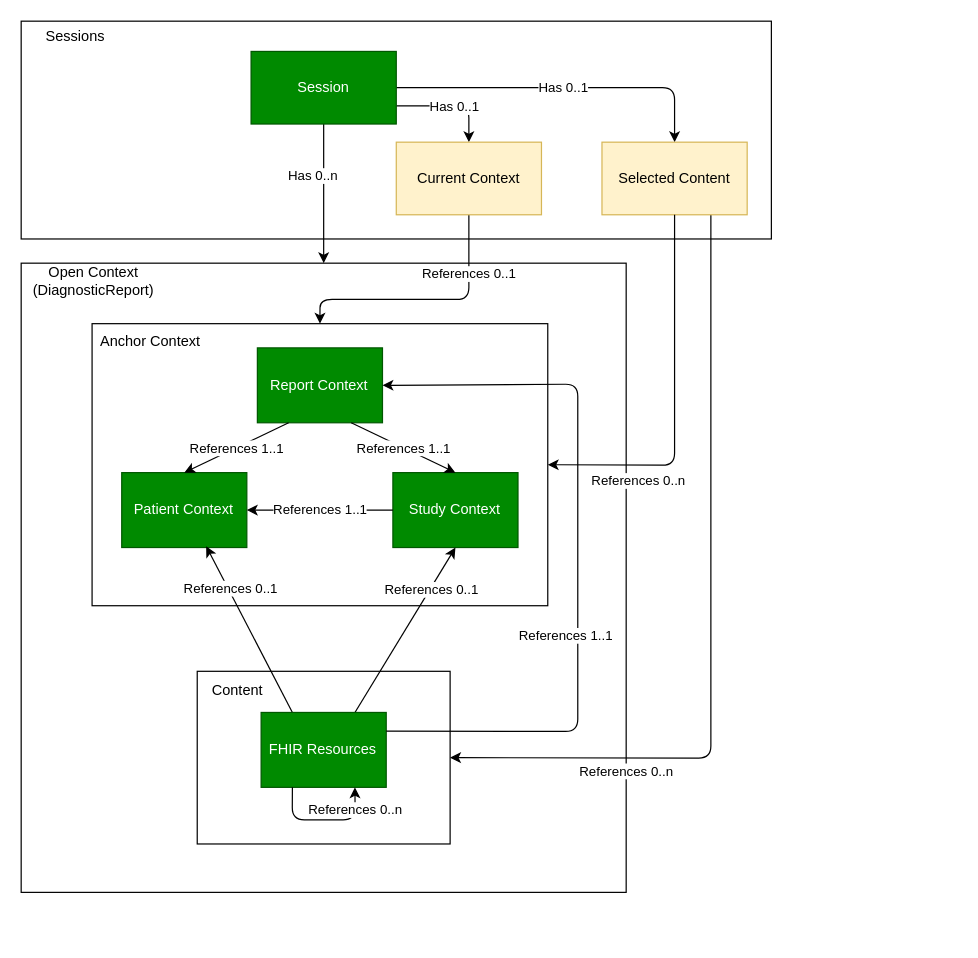
IHE/RAD.IRA keeps this draw.io diagram as page "Data Model" (1 of 2) of input/images-source/data_model.drawio. Above is the earlier version. Source tidied: cells renumbered, new cells numbered last; positions are measured from the earlier drawing's top-left corner, leaving out a move shared by most shapes. Both pictures are drawn from the tidied source at 121%, with x=0, y=0 at pixel (21, 21).
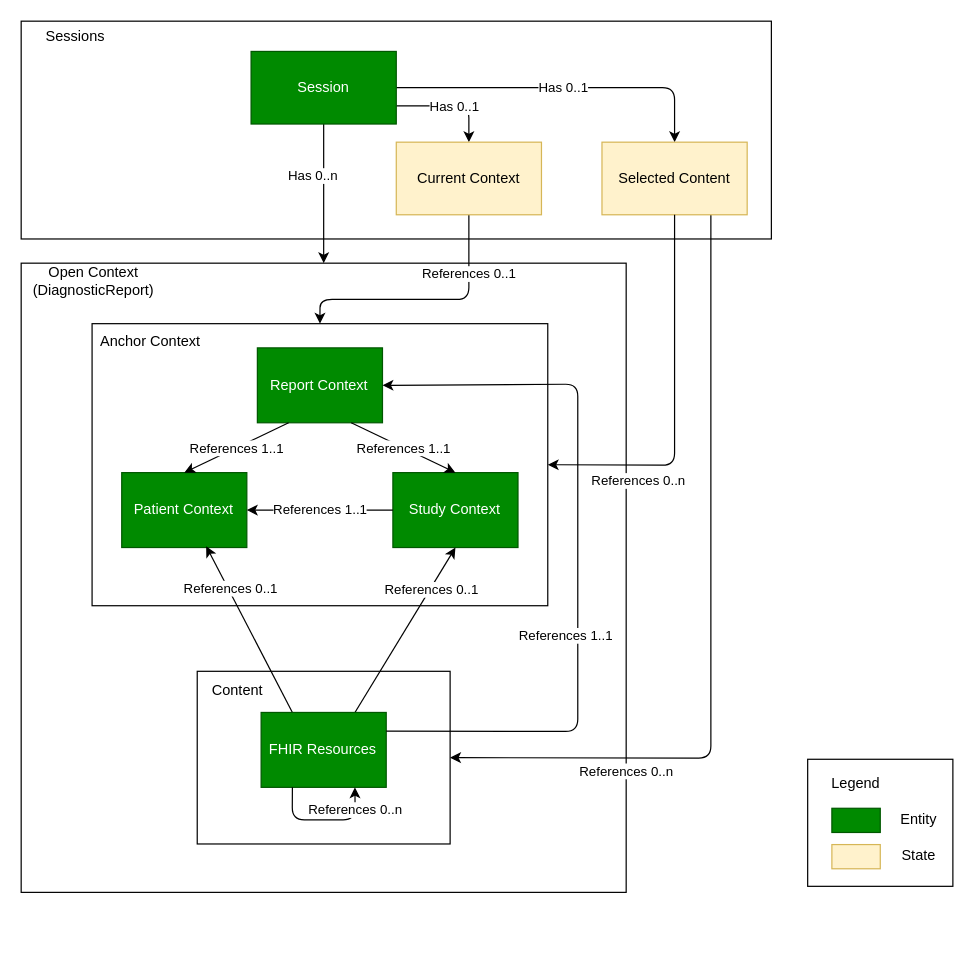
The same page after the edit.

The edit, as a diff of the source:
```diff
@@
+    <mxCell id="37" style="rounded=0;whiteSpace=wrap;html=1;" parent="1" vertex="1">
+      <mxGeometry x="650" y="610" width="120" height="105" as="geometry" />
+    </mxCell>
@@
+    <mxCell id="38" style="rounded=0;whiteSpace=wrap;html=1;fillColor=#008a00;fontColor=#ffffff;strokeColor=#005700;" parent="1" vertex="1">
+      <mxGeometry x="670" y="650.5" width="40" height="20" as="geometry" />
+    </mxCell>
+    <mxCell id="39" value="Entity" style="text;html=1;strokeColor=none;fillColor=none;align=center;verticalAlign=middle;whiteSpace=wrap;rounded=0;" parent="1" vertex="1">
+      <mxGeometry x="710" y="645" width="63.5" height="30.9" as="geometry" />
+    </mxCell>
+    <mxCell id="40" style="whiteSpace=wrap;html=1;rounded=0;fillColor=#fff2cc;strokeColor=#d6b656;" parent="1" vertex="1">
+      <mxGeometry x="670" y="680.5" width="40" height="20" as="geometry" />
+    </mxCell>
+    <mxCell id="41" value="State" style="text;html=1;strokeColor=none;fillColor=none;align=center;verticalAlign=middle;whiteSpace=wrap;rounded=0;" parent="1" vertex="1">
+      <mxGeometry x="710" y="675" width="63.5" height="30.9" as="geometry" />
+    </mxCell>
+    <mxCell id="42" value="Legend" style="text;html=1;strokeColor=none;fillColor=none;align=center;verticalAlign=middle;whiteSpace=wrap;rounded=0;" parent="1" vertex="1">
+      <mxGeometry x="658.3" y="614.1" width="63.5" height="30.9" as="geometry" />
+    </mxCell>
```
